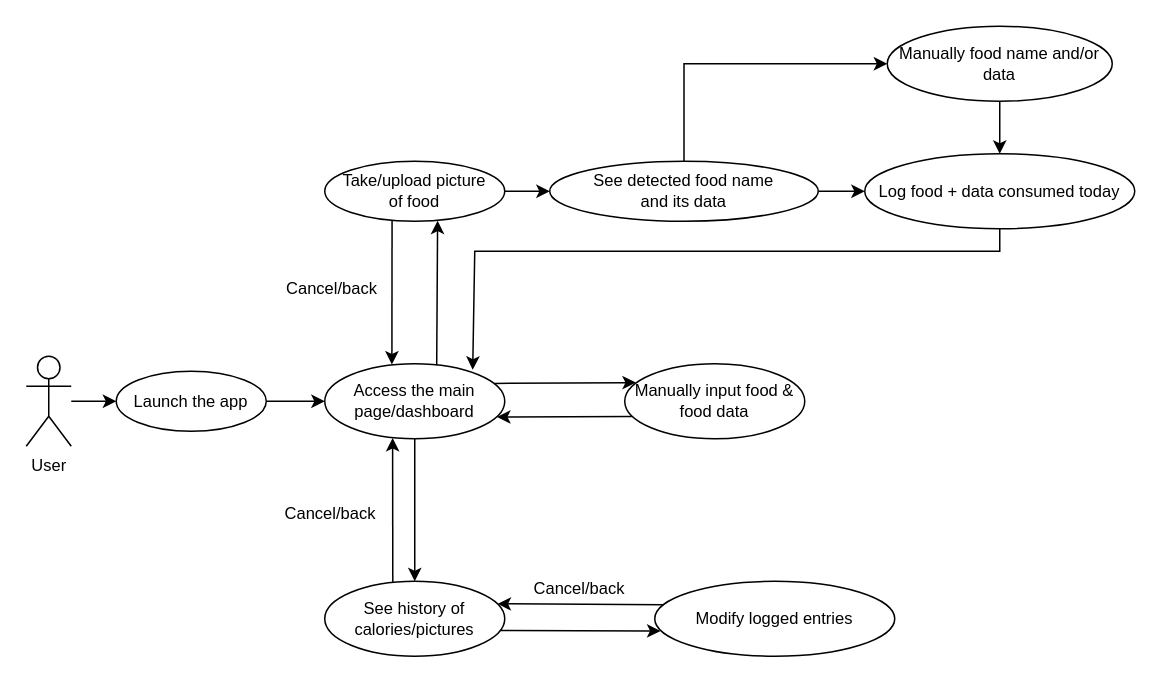
Earlier version of the draw.io diagram Use Case Diagrams/v1.0/CV Calories v1.0.drawio (jonechong/calories-cv). Source tidied: cells renumbered, new cells numbered last; positions are measured from the earlier drawing's top-left corner, leaving out a move shared by most shapes. Both pictures are drawn from the tidied source at 150%, with x=0, y=0 at pixel (26, 26).
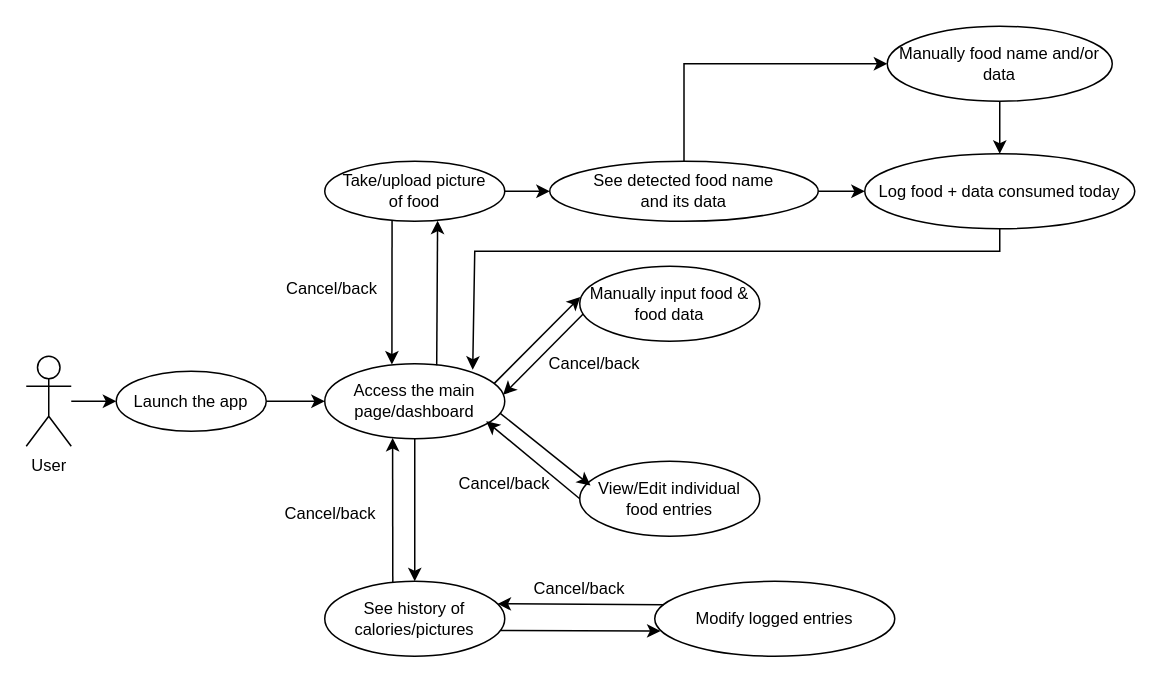
Above is the later version.

Commit message:
Added view/edit individual food entries use case

The change refers to these unchanged cells:
```xml
<mxCell id="16" value="Access the main page/dashboard" style="ellipse;whiteSpace=wrap;html=1;fontSize=11;" parent="1" vertex="1">
  <mxGeometry x="199" y="225" width="120" height="50" as="geometry" />
</mxCell>
```

Diff of the diagram source:
```diff
@@
     <mxCell id="26" value="Manually input food &amp;amp; food data" style="ellipse;whiteSpace=wrap;html=1;fontSize=11;" parent="1" vertex="1">
-      <mxGeometry x="399" y="225" width="120" height="50" as="geometry" />
+      <mxGeometry x="369" y="160" width="120" height="50" as="geometry" />
     </mxCell>
@@
-    <mxCell id="28" style="endArrow=classic;html=1;rounded=0;exitX=0.942;exitY=0.262;exitDx=0;exitDy=0;exitPerimeter=0;entryX=0.062;entryY=0.251;entryDx=0;entryDy=0;entryPerimeter=0;" parent="1" edge="1" source="16" target="26">
+    <mxCell id="28" style="endArrow=classic;html=1;rounded=0;exitX=0.942;exitY=0.262;exitDx=0;exitDy=0;exitPerimeter=0;entryX=0.003;entryY=0.409;entryDx=0;entryDy=0;entryPerimeter=0;" parent="1" edge="1" source="16" target="26">
       <mxGeometry relative="1" as="geometry" />
     </mxCell>
-    <mxCell id="29" style="endArrow=classic;html=1;rounded=0;exitX=0.039;exitY=0.704;exitDx=0;exitDy=0;exitPerimeter=0;entryX=0.957;entryY=0.709;entryDx=0;entryDy=0;entryPerimeter=0;" parent="1" edge="1" source="26" target="16">
+    <mxCell id="29" style="endArrow=classic;html=1;rounded=0;exitX=0.019;exitY=0.637;exitDx=0;exitDy=0;exitPerimeter=0;entryX=0.991;entryY=0.413;entryDx=0;entryDy=0;entryPerimeter=0;" parent="1" edge="1" source="26" target="16">
       <mxGeometry relative="1" as="geometry" />
     </mxCell>
+    <mxCell id="30" value="View/Edit individual food entries" style="ellipse;whiteSpace=wrap;html=1;fontSize=11;" parent="1" vertex="1">
+      <mxGeometry x="369" y="290" width="120" height="50" as="geometry" />
+    </mxCell>
+    <mxCell id="31" style="endArrow=classic;html=1;rounded=0;exitX=0.975;exitY=0.661;exitDx=0;exitDy=0;exitPerimeter=0;entryX=0.06;entryY=0.324;entryDx=0;entryDy=0;entryPerimeter=0;" parent="1" edge="1" source="16" target="30">
+      <mxGeometry relative="1" as="geometry" />
+    </mxCell>
+    <mxCell id="32" style="endArrow=classic;html=1;rounded=0;exitX=0;exitY=0.5;exitDx=0;exitDy=0;entryX=0.897;entryY=0.767;entryDx=0;entryDy=0;entryPerimeter=0;" parent="1" edge="1" source="30" target="16">
+      <mxGeometry relative="1" as="geometry" />
+    </mxCell>
+    <mxCell id="33" value="Cancel/back" style="text;html=1;strokeColor=none;fillColor=none;align=center;verticalAlign=middle;whiteSpace=wrap;rounded=0;fontSize=11;" parent="1" vertex="1">
+      <mxGeometry x="289" y="290" width="60" height="30" as="geometry" />
+    </mxCell>
+    <mxCell id="34" value="Cancel/back" style="text;html=1;strokeColor=none;fillColor=none;align=center;verticalAlign=middle;whiteSpace=wrap;rounded=0;fontSize=11;" parent="1" vertex="1">
+      <mxGeometry x="349" y="210" width="60" height="30" as="geometry" />
+    </mxCell>
```
